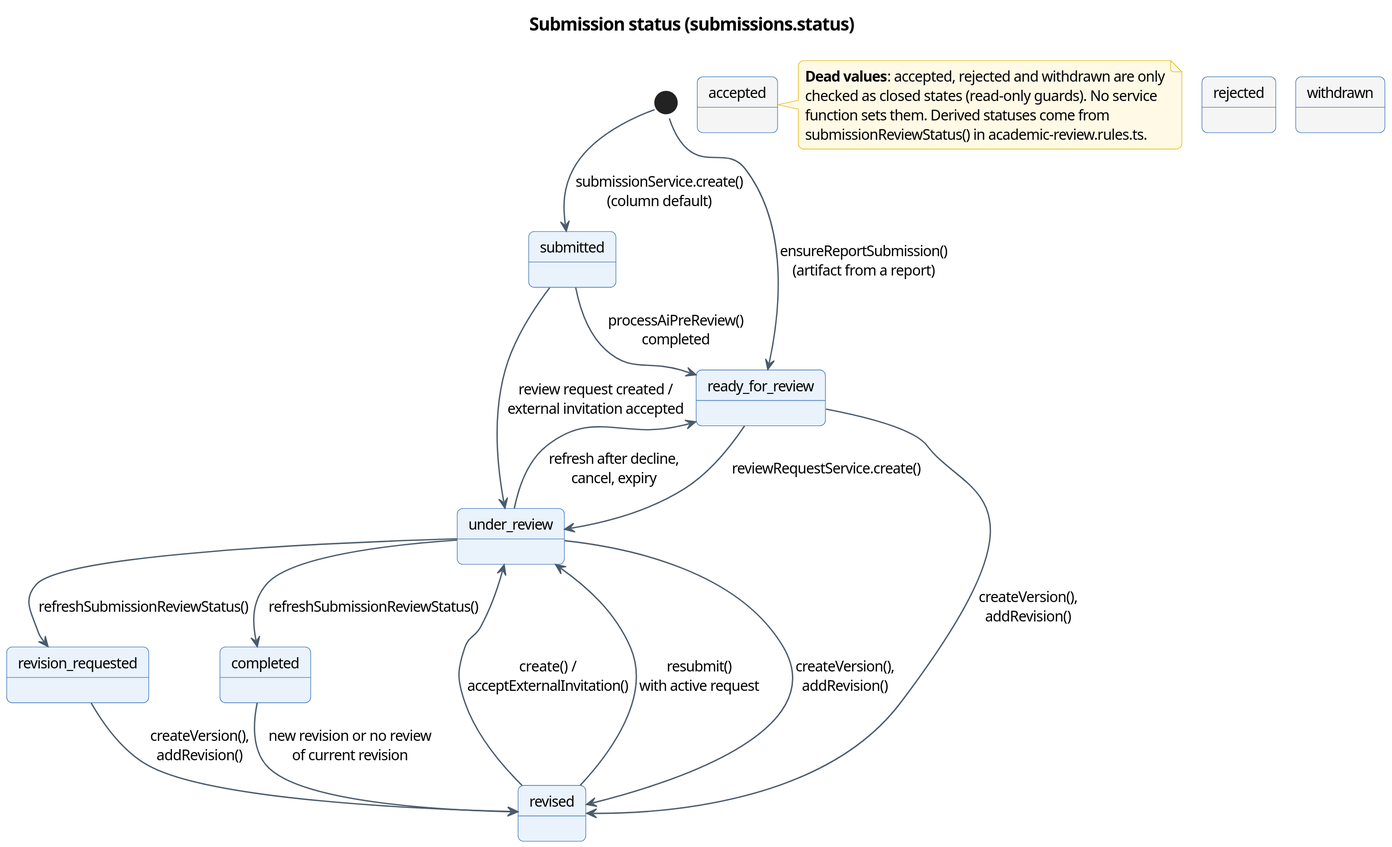
This is docs/diagrams/report4/R4_State_Submission.svg from Khoa-Hoa-Technology-Solution-Company/lumi-gap, a PlantUML export, as it was before one commit. The source it was exported from:
```plantuml
@startuml
!pragma layout smetana
skinparam dpi 150
skinparam defaultFontName "Segoe UI"
skinparam defaultFontSize 13
skinparam shadowing false
skinparam roundCorner 10
skinparam ArrowColor #4A5A6A
skinparam ArrowThickness 1.2
skinparam BorderColor #2F6DB5
skinparam BackgroundColor #FFFFFF
skinparam TitleFontSize 16
skinparam TitleFontStyle bold
skinparam usecase {
  BackgroundColor #EAF2FB
  BorderColor #2F6DB5
}
skinparam actor {
  BackgroundColor #FFFFFF
  BorderColor #1B2A3A
}
skinparam class {
  BackgroundColor #F7FAFD
  BorderColor #2F6DB5
  HeaderBackgroundColor #DCE8F6
}
skinparam state {
  BackgroundColor #EAF2FB
  BorderColor #2F6DB5
}
skinparam activity {
  BackgroundColor #EAF2FB
  BorderColor #2F6DB5
  DiamondBackgroundColor #FFF4E5
}
skinparam swimlane {
  BorderColor #9DB3CC
  TitleBackgroundColor #DCE8F6
}
skinparam sequence {
  ParticipantBackgroundColor #EAF2FB
  ParticipantBorderColor #2F6DB5
  LifeLineBorderColor #9DB3CC
  GroupBackgroundColor #F4F7FA
}
skinparam package {
  BackgroundColor #F7F9FC
  BorderColor #9DB3CC
}
skinparam note {
  BackgroundColor #FFF9E5
  BorderColor #E0B200
}
skinparam entity {
  BackgroundColor #F7FAFD
  BorderColor #2F6DB5
}
skinparam rectangle {
  BackgroundColor #F7F9FC
  BorderColor #2F6DB5
}
title Submission status (submissions.status)
[*] --> submitted : submissionService.create()\n(column default)
[*] --> ready_for_review : ensureReportSubmission()\n(artifact from a report)
submitted --> ready_for_review : processAiPreReview()\ncompleted
submitted --> under_review : review request created /\nexternal invitation accepted
ready_for_review --> under_review : reviewRequestService.create()
revised --> under_review : create() /\nacceptExternalInvitation()
under_review --> revision_requested : refreshSubmissionReviewStatus()
under_review --> completed : refreshSubmissionReviewStatus()
under_review --> ready_for_review : refresh after decline,\ncancel, expiry
revision_requested --> revised : createVersion(),\naddRevision()
completed --> revised : new revision or no review\nof current revision
ready_for_review --> revised : createVersion(),\naddRevision()
under_review --> revised : createVersion(),\naddRevision()
revised --> under_review : resubmit()\nwith active request
state accepted #F5F5F5
state rejected #F5F5F5
state withdrawn #F5F5F5
note right of accepted
  <b>Dead values</b>: accepted, rejected and withdrawn are only
  checked as closed states (read-only guards). No service
  function sets them. Derived statuses come from
  submissionReviewStatus() in academic-review.rules.ts.
end note
@enduml
```
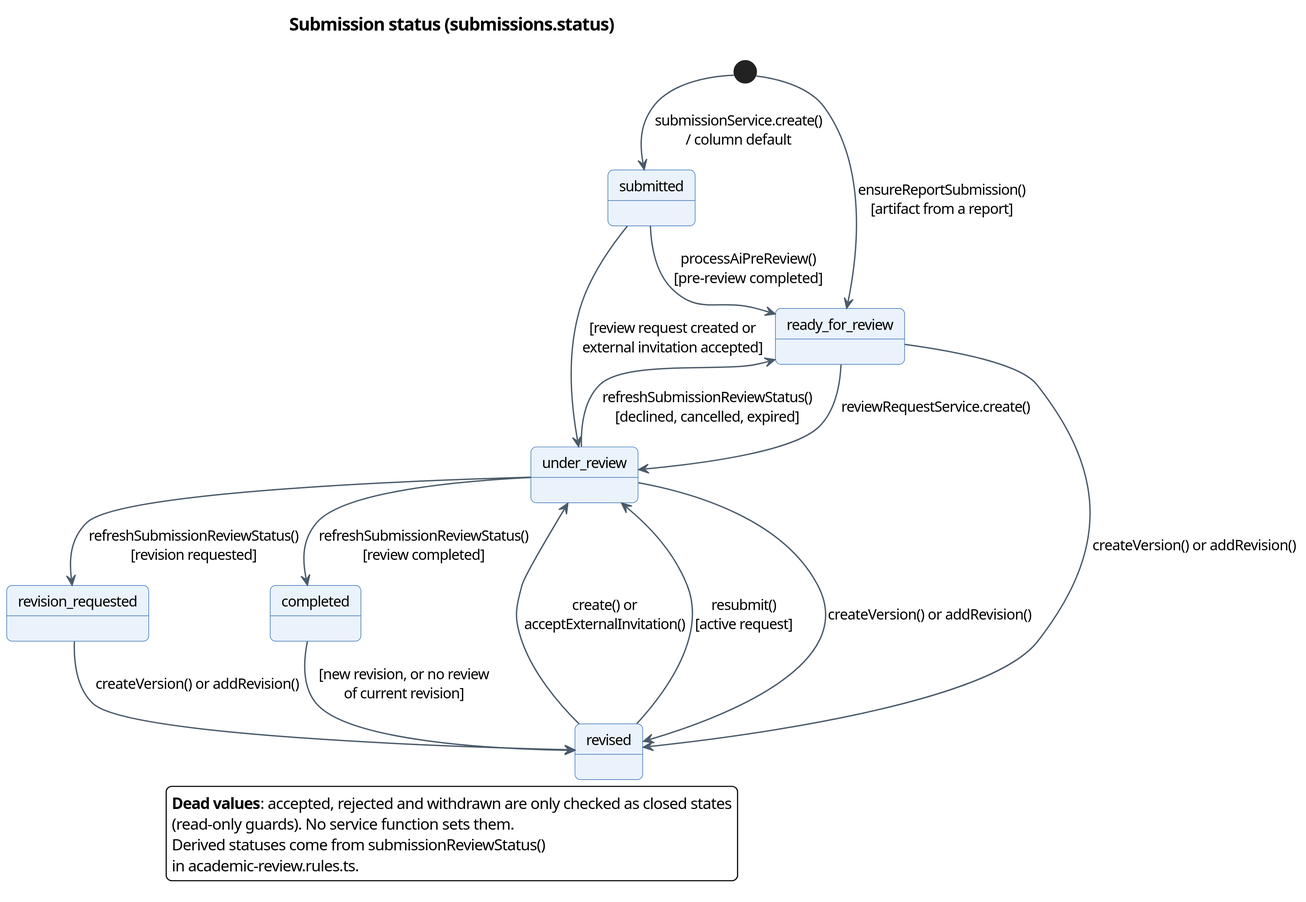
Above is the later version.

What changed in the source:
```diff
@@ -1,6 +1,6 @@
 @startuml
 !pragma layout smetana
-skinparam dpi 150
+skinparam dpi 200
 skinparam defaultFontName "Segoe UI"
 skinparam defaultFontSize 13
 skinparam shadowing false
@@ -60,27 +60,24 @@
   BorderColor #2F6DB5
 }
 title Submission status (submissions.status)
-[*] --> submitted : submissionService.create()\n(column default)
-[*] --> ready_for_review : ensureReportSubmission()\n(artifact from a report)
-submitted --> ready_for_review : processAiPreReview()\ncompleted
-submitted --> under_review : review request created /\nexternal invitation accepted
+[*] --> submitted : submissionService.create()\n/ column default
+[*] --> ready_for_review : ensureReportSubmission()\n[artifact from a report]
+submitted --> ready_for_review : processAiPreReview()\n[pre-review completed]
+submitted --> under_review : [review request created or\nexternal invitation accepted]
 ready_for_review --> under_review : reviewRequestService.create()
-revised --> under_review : create() /\nacceptExternalInvitation()
-under_review --> revision_requested : refreshSubmissionReviewStatus()
-under_review --> completed : refreshSubmissionReviewStatus()
-under_review --> ready_for_review : refresh after decline,\ncancel, expiry
-revision_requested --> revised : createVersion(),\naddRevision()
-completed --> revised : new revision or no review\nof current revision
-ready_for_review --> revised : createVersion(),\naddRevision()
-under_review --> revised : createVersion(),\naddRevision()
-revised --> under_review : resubmit()\nwith active request
-state accepted #F5F5F5
-state rejected #F5F5F5
-state withdrawn #F5F5F5
-note right of accepted
-  <b>Dead values</b>: accepted, rejected and withdrawn are only
-  checked as closed states (read-only guards). No service
-  function sets them. Derived statuses come from
-  submissionReviewStatus() in academic-review.rules.ts.
-end note
+revised --> under_review : create() or\nacceptExternalInvitation()
+under_review --> revision_requested : refreshSubmissionReviewStatus()\n[revision requested]
+under_review --> completed : refreshSubmissionReviewStatus()\n[review completed]
+under_review --> ready_for_review : refreshSubmissionReviewStatus()\n[declined, cancelled, expired]
+revision_requested --> revised : createVersion() or addRevision()
+completed --> revised : [new revision, or no review\nof current revision]
+ready_for_review --> revised : createVersion() or addRevision()
+under_review --> revised : createVersion() or addRevision()
+revised --> under_review : resubmit()\n[active request]
+legend bottom
+  <b>Dead values</b>: accepted, rejected and withdrawn are only checked as closed states
+  (read-only guards). No service function sets them.
+  Derived statuses come from submissionReviewStatus()
+  in academic-review.rules.ts.
+endlegend
 @enduml
```
